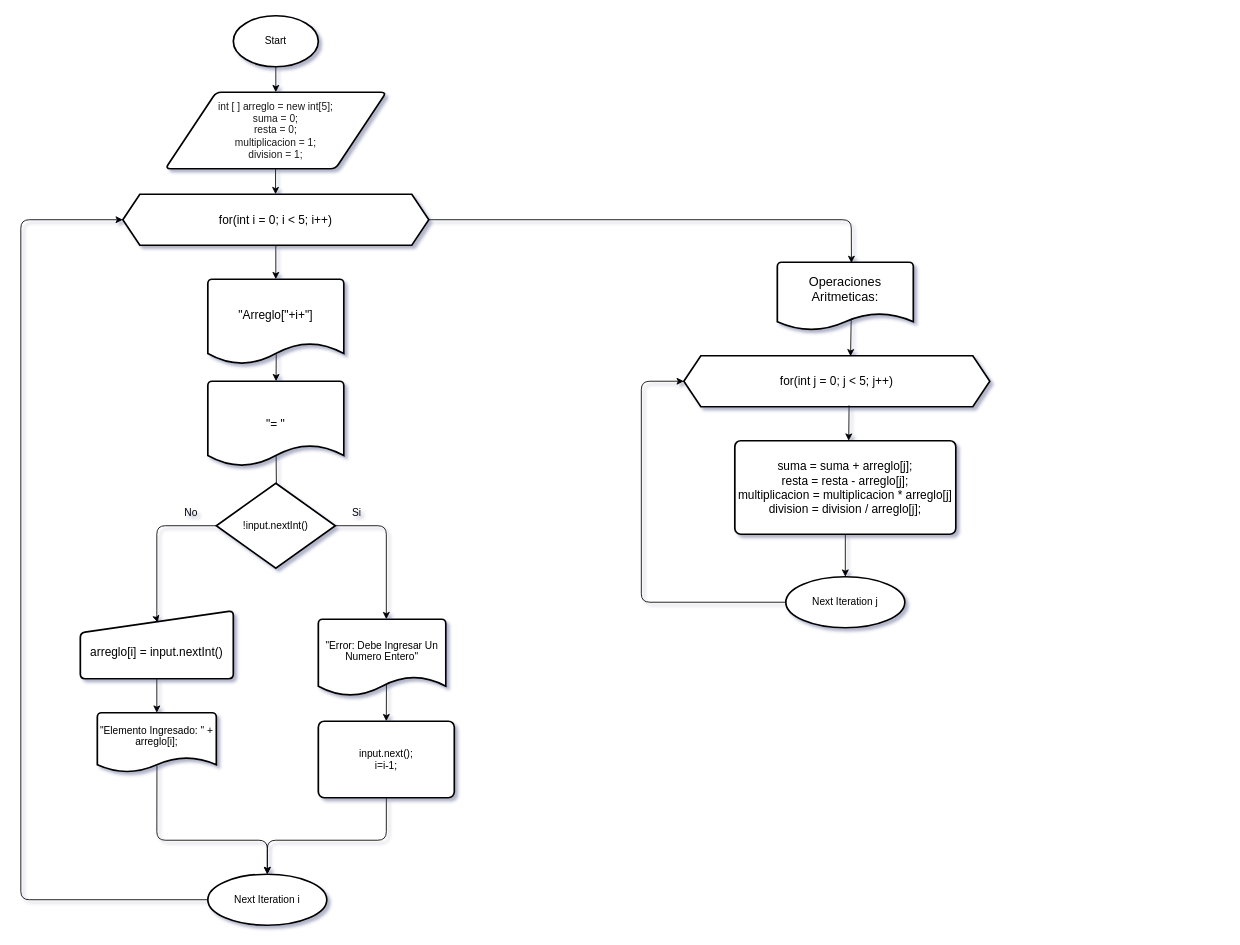
Before: Arreglos_Operaciones.drawio in AnthonyLozadaAlexander/DiagramaDeFlujos, a draw.io diagram. Source tidied: cells renumbered, new cells numbered last; positions are measured from the earlier drawing's top-left corner, leaving out a move shared by most shapes. Both pictures are drawn from the tidied source at 85%, with x=0, y=0 at pixel (20, 15).
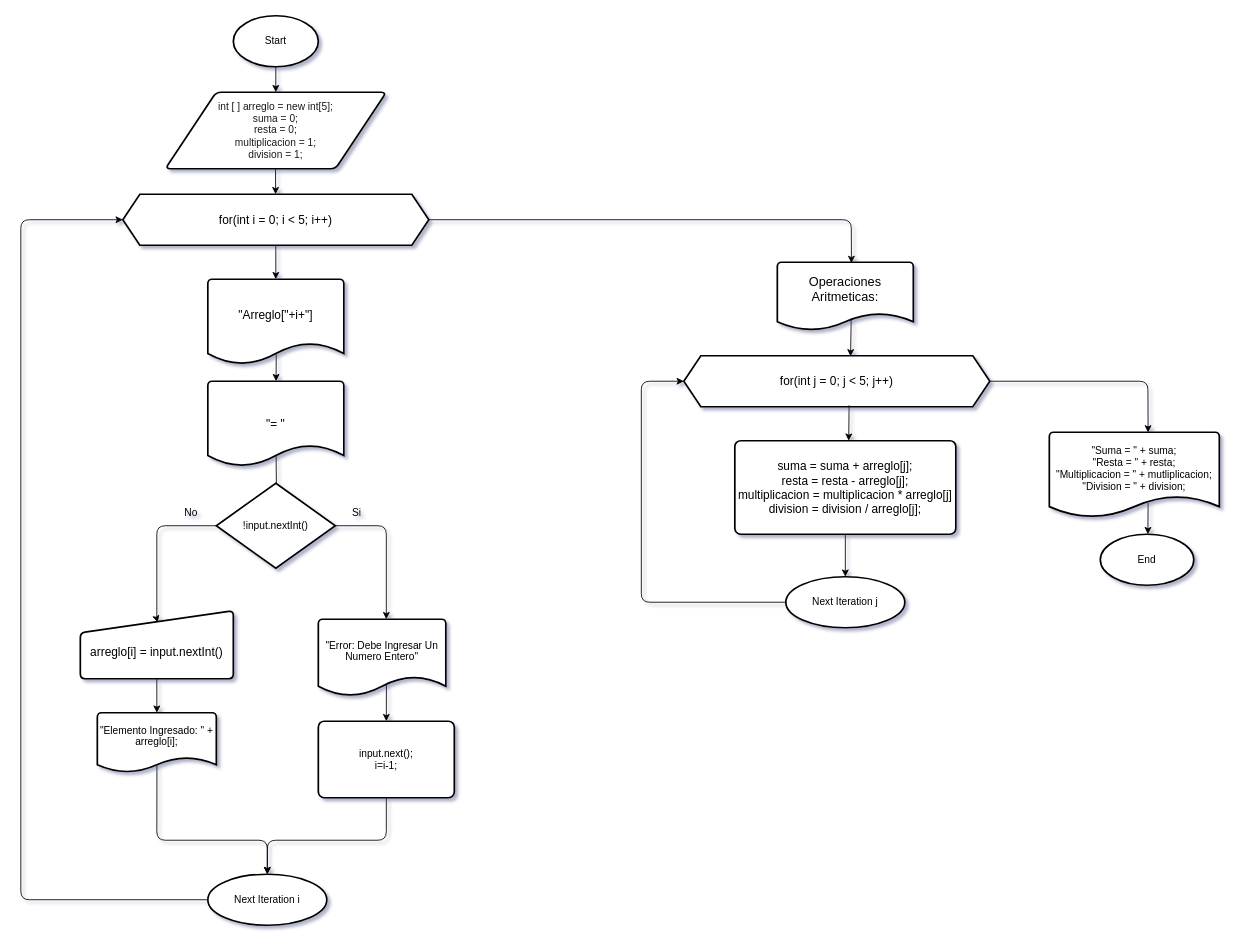
Above is the later version.

Commit message:
Actualizar diagrama de flujo para agregar operaciones aritméticas y mejorar la visualización de resultados.

Unchanged cells that the change refers to:
```xml
<mxCell id="28" value="for(int j = 0; j &amp;lt; 5; j++)" style="shape=hexagon;perimeter=hexagonPerimeter2;whiteSpace=wrap;html=1;fixedSize=1;fontSize=14;strokeWidth=2;" parent="1" vertex="1">
  <mxGeometry x="780" y="400" width="360" height="60" as="geometry" />
</mxCell>
```

Diff of the diagram source:
```diff
@@
+    <mxCell id="36" style="edgeStyle=none;html=1;exitX=0.581;exitY=0.832;exitDx=0;exitDy=0;exitPerimeter=0;" parent="1" edge="1" source="37">
+      <mxGeometry relative="1" as="geometry">
+        <mxPoint x="1326" y="610" as="targetPoint" />
+      </mxGeometry>
+    </mxCell>
+    <mxCell id="37" value="&quot;Suma = &quot; + suma;&lt;div&gt;&quot;Resta = &quot; + resta;&lt;/div&gt;&lt;div&gt;&quot;Multiplicacion = &quot; + mutliplicacion;&lt;/div&gt;&lt;div&gt;&quot;Division = &quot; + division;&lt;/div&gt;&lt;div&gt;&lt;br&gt;&lt;/div&gt;" style="strokeWidth=2;html=1;shape=mxgraph.flowchart.document2;whiteSpace=wrap;size=0.25;" parent="1" vertex="1">
+      <mxGeometry x="1210" y="490" width="200" height="100" as="geometry" />
+    </mxCell>
+    <mxCell id="38" style="edgeStyle=none;html=1;entryX=0.581;entryY=0.003;entryDx=0;entryDy=0;entryPerimeter=0;exitX=1;exitY=0.5;exitDx=0;exitDy=0;" parent="1" edge="1" source="28" target="37">
+      <mxGeometry relative="1" as="geometry">
+        <Array as="points">
+          <mxPoint x="1326" y="430" />
+        </Array>
+      </mxGeometry>
+    </mxCell>
+    <mxCell id="39" value="End" style="strokeWidth=2;html=1;shape=mxgraph.flowchart.start_1;whiteSpace=wrap;" parent="1" vertex="1">
+      <mxGeometry x="1270" y="610" width="110" height="60" as="geometry" />
+    </mxCell>
```
